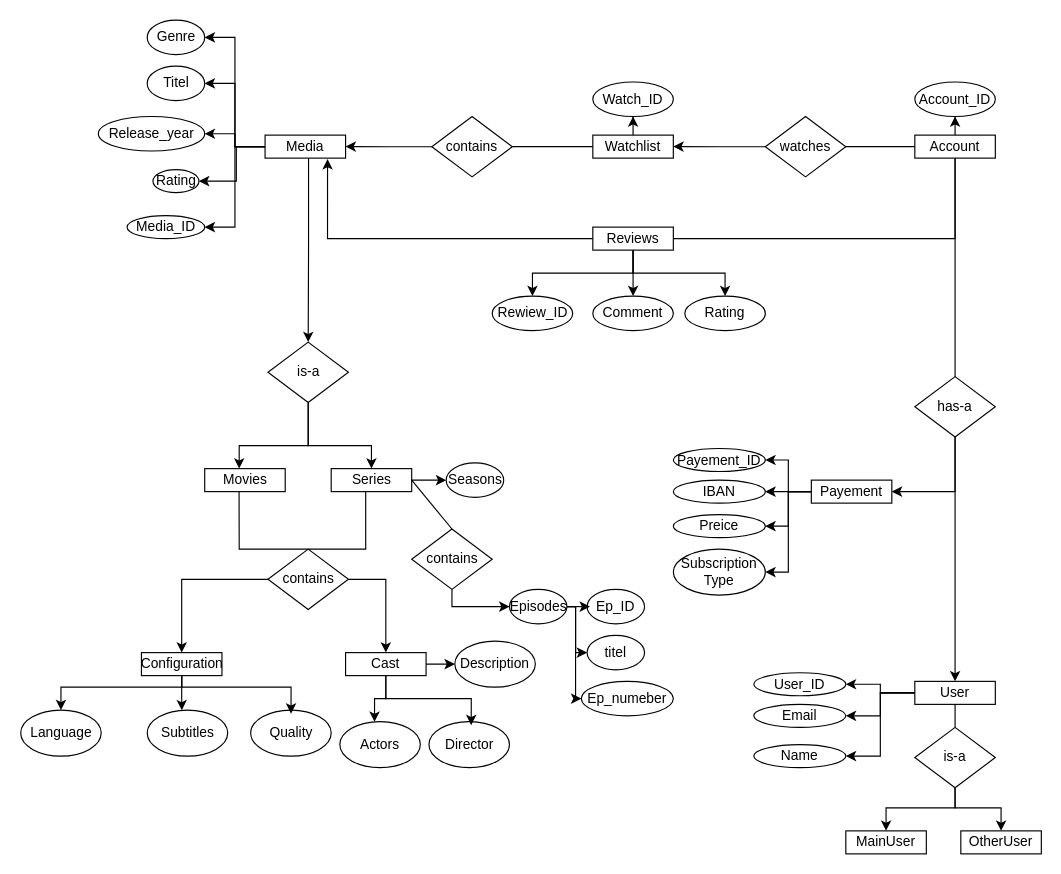
This is draw_io/ER.drawio from KevinGarrison/DataEngineeringProjects, a draw.io file, before an edit. Source tidied: cells renumbered, new cells numbered last; positions are measured from the earlier drawing's top-left corner, leaving out a move shared by most shapes. Both pictures are drawn from the tidied source at 115%, with x=0, y=0 at pixel (20, 20).
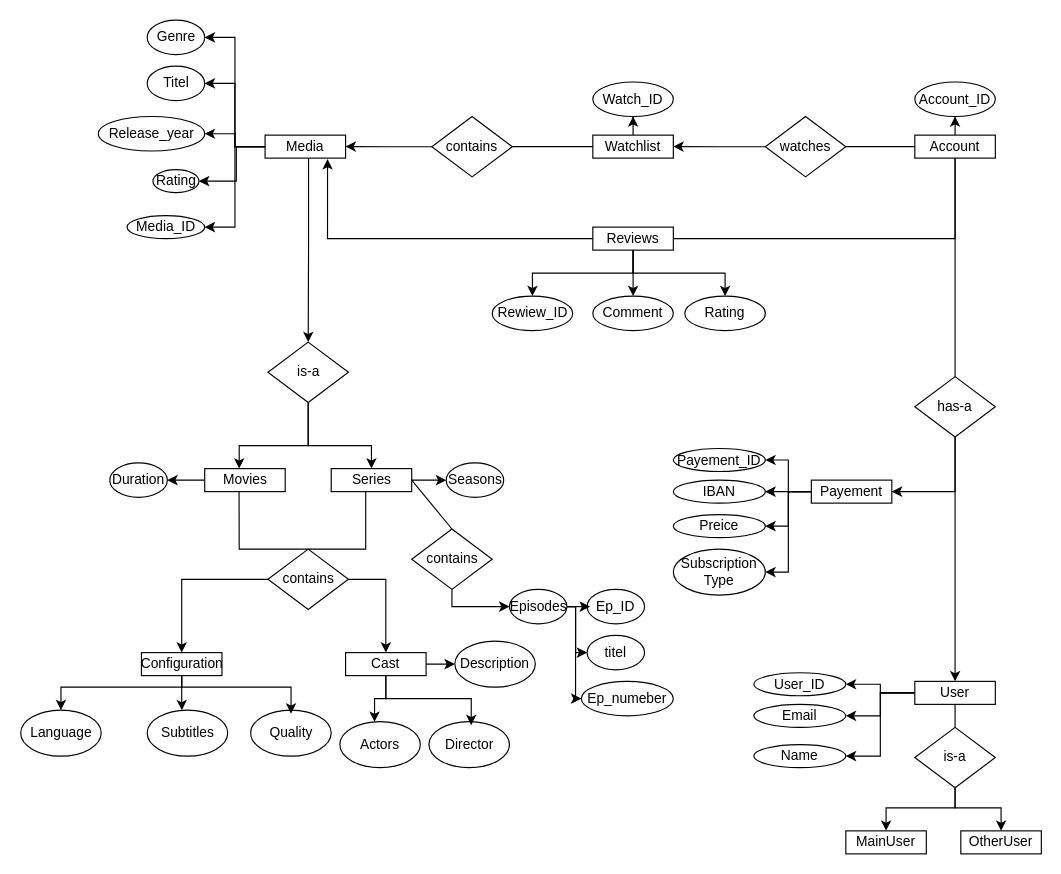
After the change.

The change refers to these unchanged cells:
```xml
<mxCell id="9" value="Movies" style="rounded=0;whiteSpace=wrap;html=1;" parent="1" vertex="1">
  <mxGeometry x="160.5" y="390" width="70" height="20" as="geometry" />
</mxCell>
```

Change to the diagram source:
```diff
@@
+    <mxCell id="97" style="edgeStyle=orthogonalEdgeStyle;rounded=0;jettySize=auto;html=1;entryX=1;entryY=0.5;entryDx=0;entryDy=0;" parent="1" edge="1" source="9" target="98">
+      <mxGeometry relative="1" as="geometry" />
+    </mxCell>
@@
+    <mxCell id="98" value="Duration" style="ellipse;whiteSpace=wrap;html=1;" parent="1" vertex="1">
+      <mxGeometry x="78" y="385" width="50" height="30" as="geometry" />
+    </mxCell>
```
